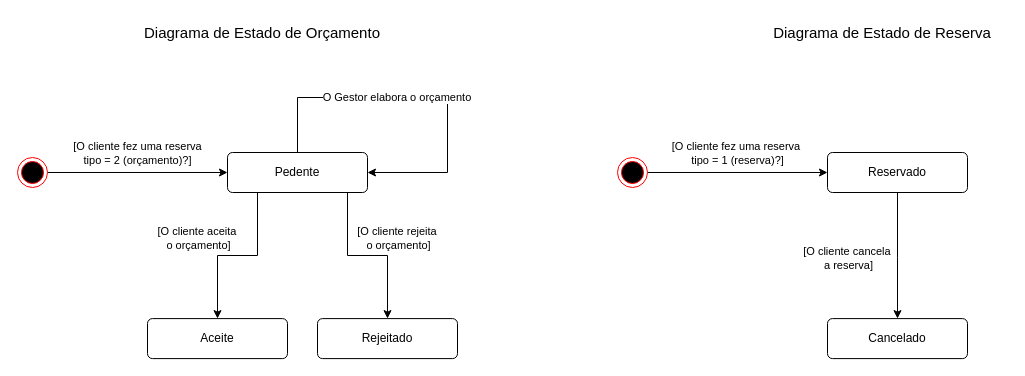
ic3K1ng/Rooms-Equipments keeps this draw.io diagram as page "Orçamento" (1 of 2) of Diagrama de Estados.drawio. Above is the earlier version. Source tidied: cells renumbered, new cells numbered last; positions are measured from the earlier drawing's top-left corner, leaving out a move shared by most shapes. Both pictures are drawn from the tidied source at 100%, with x=0, y=0 at pixel (17, 17).
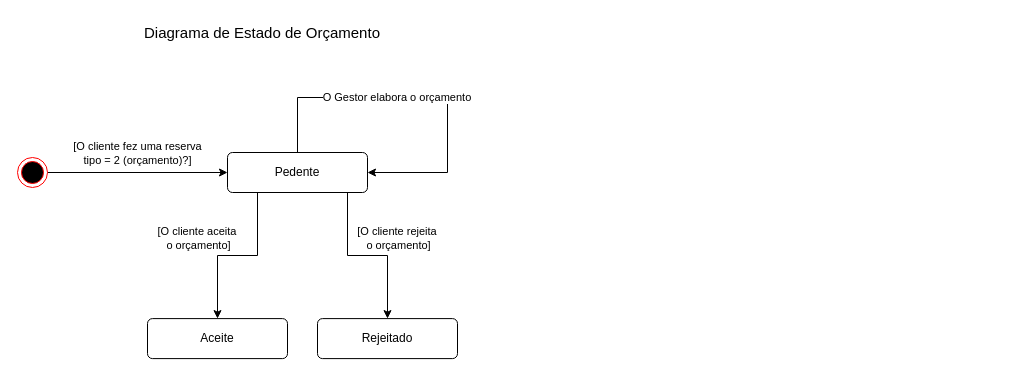
Above is the later version.

The edit, as a diff of the source:
```diff
@@
-    <mxCell id="15" style="edgeStyle=orthogonalEdgeStyle;rounded=0;jettySize=auto;html=1;" parent="1" edge="1" source="17" target="20">
-      <mxGeometry relative="1" as="geometry" />
-    </mxCell>
-    <mxCell id="16" value="[O cliente fez uma reserva&amp;nbsp;&lt;div&gt;tipo = 1 (reserva)?]&lt;/div&gt;" style="edgeLabel;html=1;align=center;verticalAlign=middle;" parent="15" vertex="1">
-      <mxGeometry x="-0.44" y="-1" relative="1" as="geometry">
-        <mxPoint x="39" y="-21" as="offset" />
-      </mxGeometry>
-    </mxCell>
-    <mxCell id="17" style="ellipse;html=1;shape=endState;fillColor=#000000;strokeColor=#ff0000;" parent="1" vertex="1">
-      <mxGeometry x="600" y="140" width="30" height="30" as="geometry" />
-    </mxCell>
-    <mxCell id="18" style="edgeStyle=orthogonalEdgeStyle;rounded=0;jettySize=auto;html=1;" parent="1" edge="1" source="20" target="21">
-      <mxGeometry relative="1" as="geometry">
-        <Array as="points">
-          <mxPoint x="880" y="240" />
-          <mxPoint x="880" y="240" />
-        </Array>
-      </mxGeometry>
-    </mxCell>
-    <mxCell id="19" value="[O cliente cancela&amp;nbsp;&lt;div&gt;a reserva]&lt;/div&gt;" style="edgeLabel;html=1;align=center;verticalAlign=middle;" parent="18" vertex="1">
-      <mxGeometry x="-0.24" relative="1" as="geometry">
-        <mxPoint x="-50" y="17" as="offset" />
-      </mxGeometry>
-    </mxCell>
-    <mxCell id="20" value="Reservado" style="html=1;align=center;verticalAlign=middle;rounded=1;absoluteArcSize=1;arcSize=10;dashed=0;whiteSpace=wrap;" parent="1" vertex="1">
-      <mxGeometry x="810" y="135" width="140" height="40" as="geometry" />
-    </mxCell>
-    <mxCell id="21" value="Cancelado" style="html=1;align=center;verticalAlign=middle;rounded=1;absoluteArcSize=1;arcSize=10;dashed=0;whiteSpace=wrap;" parent="1" vertex="1">
-      <mxGeometry x="810" y="301.1" width="140" height="40" as="geometry" />
-    </mxCell>
-    <mxCell id="22" value="Diagrama de Estado de Reserva" style="text;html=1;align=center;verticalAlign=middle;whiteSpace=wrap;rounded=0;fontSize=15;" parent="1" vertex="1">
-      <mxGeometry x="740" width="250" height="30" as="geometry" />
-    </mxCell>
```
